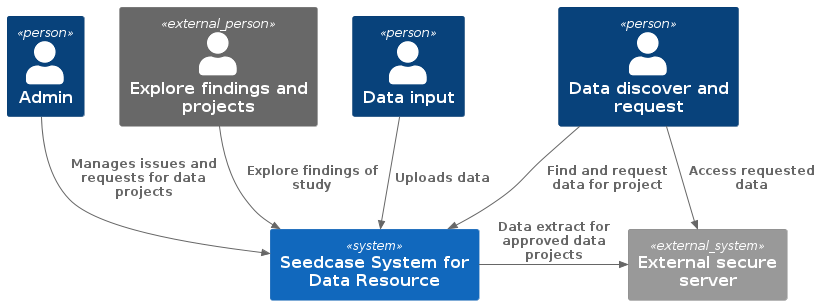
This is images/context.png from seedcase-project/design, a PlantUML export, as it was before one commit.
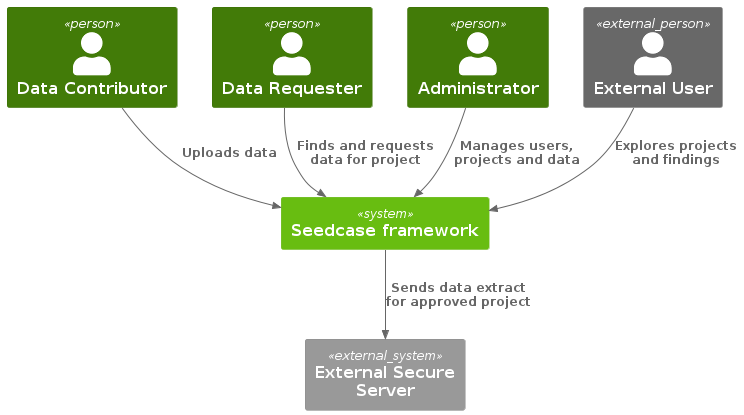
The same diagram one commit later.

Commit message:
docs: :memo: update context diagram

The edit, as a diff of the source:
```diff
@@ -1,21 +1,19 @@
-@startuml
+@startuml context
+!theme C4_green from <C4/themes>
 !include https://raw.githubusercontent.com/plantuml-stdlib/C4-PlantUML/master/C4_Context.puml
 
-Person(user_data_input, "Data input")
-Person(user_data_request, "Data discover and request")
-Person(user_admin, "Admin")
+Person(user_data_contributor, "Data Contributor")
+Person(user_data_requester, "Data Requester")
+Person(user_admin, "Administrator")
 
-Person_Ext(user_results, "Explore findings and projects")
+Person_Ext(user_external, "External User")
 
-Lay_Right(user_admin, user_results)
+System(seedcase, "Seedcase framework")
+System_Ext(ext_secure_server, "External Secure Server")
 
-System(ui, "Seedcase System for Data Resource")
-System_Ext(external_server, "External secure server")
-
-Rel(user_data_input, ui, "Uploads data")
-Rel(user_data_request, ui, "Find and request data for project")
-Rel(user_results, ui, "Explore findings of study")
-Rel(user_admin, ui, "Manages issues and requests for data projects")
-Rel_Right(ui, external_server, "Data extract for approved data projects")
-Rel(user_data_request, external_server, "Access requested data")
+Rel(user_data_contributor, seedcase, "Uploads data")
+Rel(user_data_requester, seedcase, "Finds and requests data for project")
+Rel(user_admin, seedcase, "Manages users, projects and data")
+Rel(user_external, seedcase, "Explores projects and findings")
+Rel(seedcase, ext_secure_server, "Sends data extract for approved project")
 @enduml
```
